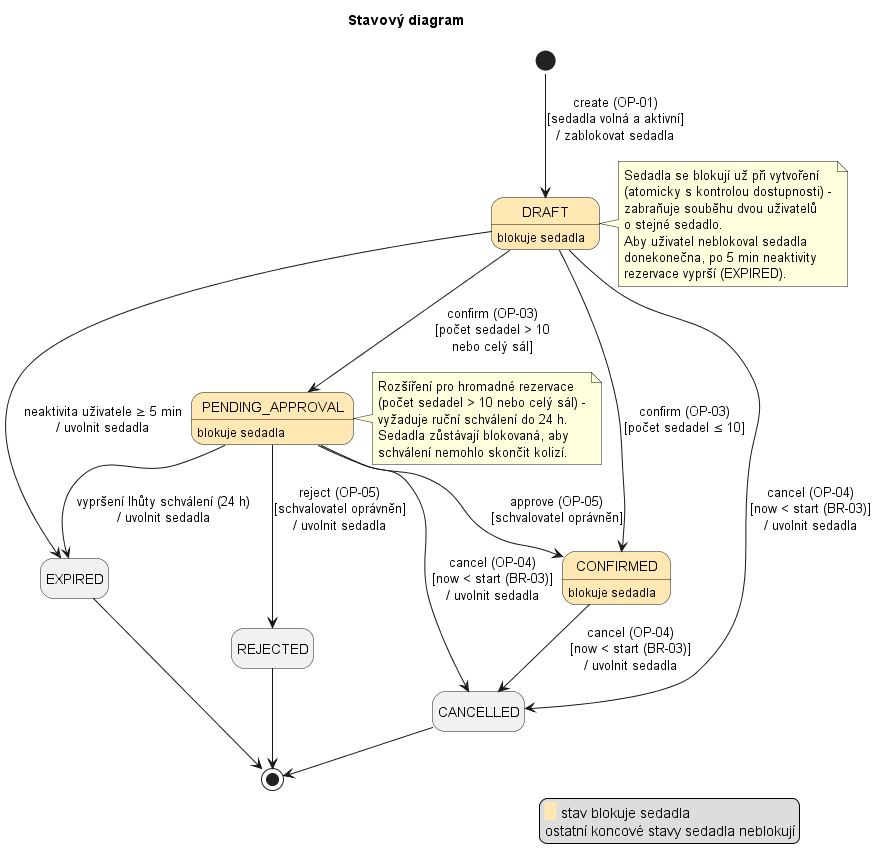
Before: docs/c02-diagrams/state.png, a diagram exported from PlantUML (jn-flk/SWI). The source it was exported from:
```plantuml
@startuml
!pragma layout smetana
title Stavový diagram
hide empty description

state DRAFT #FFE8B3 : blokuje sedadla
state PENDING_APPROVAL #FFE8B3 : blokuje sedadla
state CONFIRMED #FFE8B3 : blokuje sedadla
state REJECTED
state EXPIRED
state CANCELLED

[*] --> DRAFT : create (OP-01)\n[sedadla volná a aktivní]\n/ zablokovat sedadla

DRAFT --> CONFIRMED : confirm (OP-03)\n[počet sedadel ≤ 10]
DRAFT --> PENDING_APPROVAL : confirm (OP-03)\n[počet sedadel > 10\nnebo celý sál]
DRAFT --> CANCELLED : cancel (OP-04)\n[now < start (BR-03)]\n/ uvolnit sedadla
DRAFT --> EXPIRED : neaktivita uživatele ≥ 5 min\n/ uvolnit sedadla

PENDING_APPROVAL --> CONFIRMED : approve (OP-05)\n[schvalovatel oprávněn]
PENDING_APPROVAL --> REJECTED : reject (OP-05)\n[schvalovatel oprávněn]\n/ uvolnit sedadla
PENDING_APPROVAL --> EXPIRED : vypršení lhůty schválení (24 h)\n/ uvolnit sedadla
PENDING_APPROVAL --> CANCELLED : cancel (OP-04)\n[now < start (BR-03)]\n/ uvolnit sedadla

CONFIRMED --> CANCELLED : cancel (OP-04)\n[now < start (BR-03)]\n/ uvolnit sedadla

REJECTED --> [*]
EXPIRED --> [*]
CANCELLED --> [*]

note right of DRAFT
  Sedadla se blokují už při vytvoření
  (atomicky s kontrolou dostupnosti) -
  zabraňuje souběhu dvou uživatelů
  o stejné sedadlo.
  Aby uživatel neblokoval sedadla
  donekonečna, po 5 min neaktivity
  rezervace vyprší (EXPIRED).
end note

note right of PENDING_APPROVAL
  Rozšíření pro hromadné rezervace
  (počet sedadel > 10 nebo celý sál) -
  vyžaduje ruční schválení do 24 h.
  Sedadla zůstávají blokovaná, aby
  schválení nemohlo skončit kolizí.
end note

legend right
  <back:#FFE8B3>   </back> stav blokuje sedadla
  ostatní koncové stavy sedadla neblokují
endlegend
@enduml
```
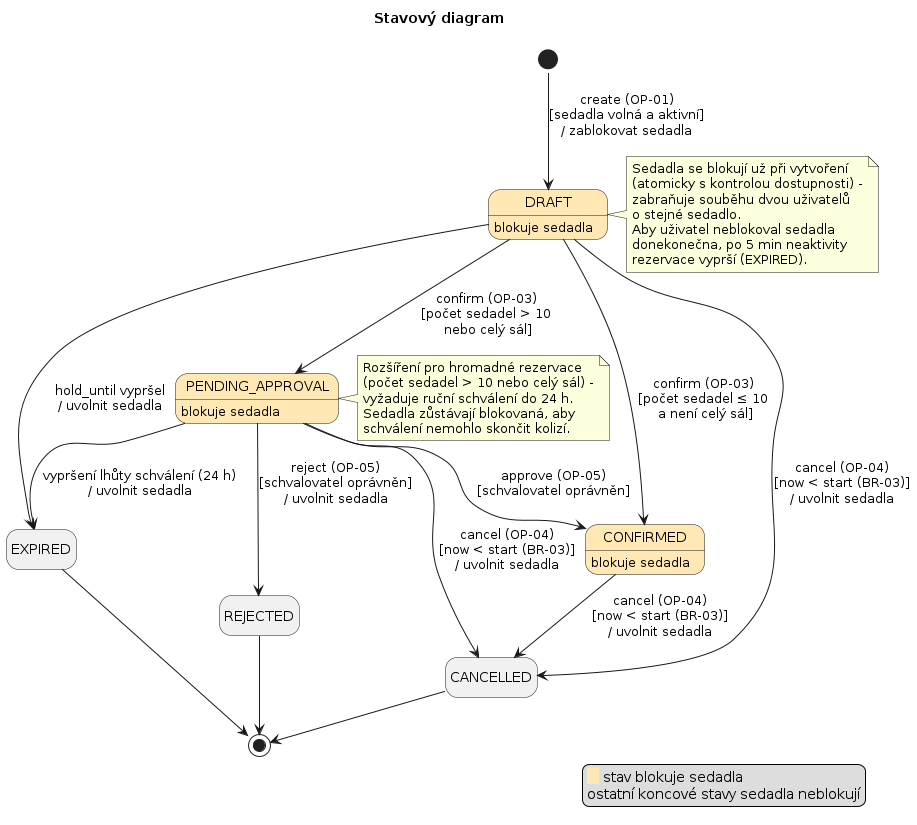
Above is the later version.

Change to the diagram source:
```diff
@@ -12,10 +12,10 @@
 
 [*] --> DRAFT : create (OP-01)\n[sedadla volná a aktivní]\n/ zablokovat sedadla
 
-DRAFT --> CONFIRMED : confirm (OP-03)\n[počet sedadel ≤ 10]
-DRAFT --> PENDING_APPROVAL : confirm (OP-03)\n[počet sedadel > 10\nnebo celý sál]
+DRAFT --> CONFIRMED : confirm (OP-03)\n[počet sedadel ≤ 10\n a není celý sál]
+DRAFT --> PENDING_APPROVAL : confirm (OP-03)\n[počet sedadel > 10\n nebo celý sál]
 DRAFT --> CANCELLED : cancel (OP-04)\n[now < start (BR-03)]\n/ uvolnit sedadla
-DRAFT --> EXPIRED : neaktivita uživatele ≥ 5 min\n/ uvolnit sedadla
+DRAFT --> EXPIRED : hold_until vypršel\n/ uvolnit sedadla
 
 PENDING_APPROVAL --> CONFIRMED : approve (OP-05)\n[schvalovatel oprávněn]
 PENDING_APPROVAL --> REJECTED : reject (OP-05)\n[schvalovatel oprávněn]\n/ uvolnit sedadla
```
